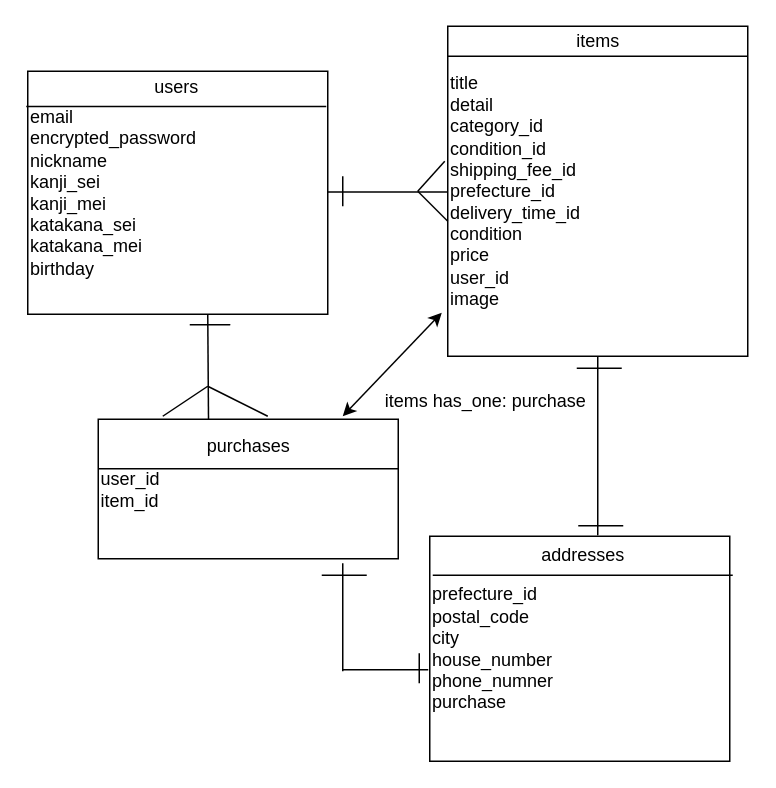
Rei-A-38/furima-33026 keeps this draw.io diagram as furima.dio. Above is the earlier version. Source tidied: cells renumbered, new cells numbered last; positions are measured from the earlier drawing's top-left corner, leaving out a move shared by most shapes. Both pictures are drawn from the tidied source at 150%, with x=0, y=0 at pixel (26, 26).
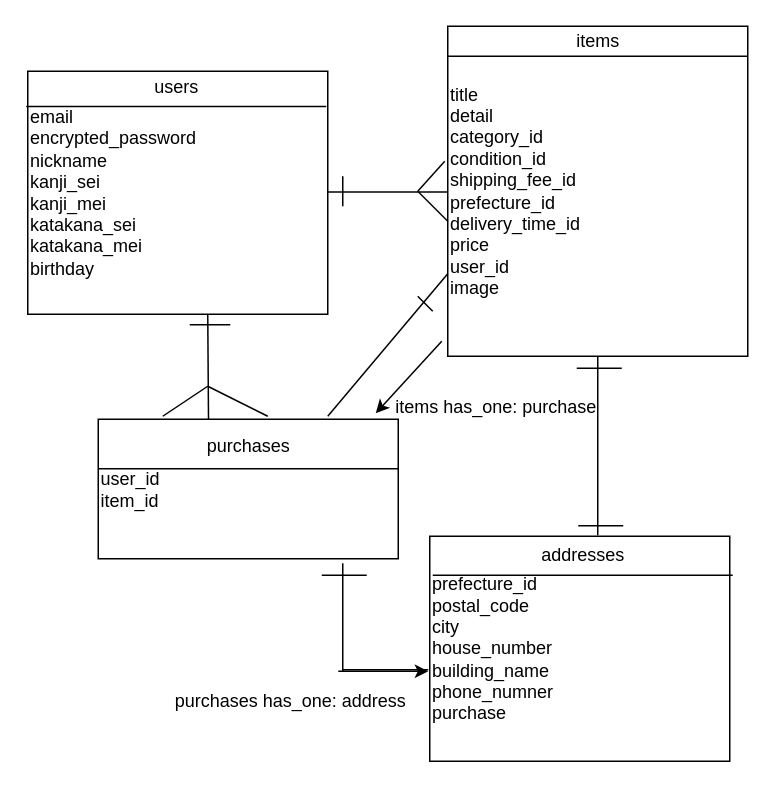
After the change.

What changed in the source:
```diff
@@
-    <mxCell id="3" value="title&lt;br&gt;detail&lt;br&gt;category_id&lt;br&gt;condition_id&lt;br&gt;shipping_fee_id&lt;br&gt;prefecture_id&lt;br&gt;delivery_time_id&lt;br&gt;condition&lt;br&gt;price&lt;br&gt;user_id&lt;br&gt;image" style="whiteSpace=wrap;html=1;fillColor=none;align=left;" parent="1" vertex="1">
+    <mxCell id="3" value="title&lt;br&gt;detail&lt;br&gt;category_id&lt;br&gt;condition_id&lt;br&gt;shipping_fee_id&lt;br&gt;prefecture_id&lt;br&gt;delivery_time_id&lt;br&gt;price&lt;br&gt;user_id&lt;br&gt;image" style="whiteSpace=wrap;html=1;fillColor=none;align=left;" parent="1" vertex="1">
       <mxGeometry x="281" width="200" height="220" as="geometry" />
     </mxCell>
@@
-    <mxCell id="5" value="prefecture_id&amp;nbsp;&lt;br&gt;postal_code&lt;br&gt;city&lt;br&gt;house_number&lt;br&gt;phone_numner&lt;br&gt;purchase" style="whiteSpace=wrap;html=1;fillColor=none;align=left;" parent="1" vertex="1">
+    <mxCell id="5" value="prefecture_id&amp;nbsp;&lt;br&gt;postal_code&lt;br&gt;city&lt;br&gt;house_number&lt;br&gt;building_name&lt;br&gt;phone_numner&lt;br&gt;purchase" style="whiteSpace=wrap;html=1;fillColor=none;align=left;" parent="1" vertex="1">
       <mxGeometry x="269" y="340" width="200" height="150" as="geometry" />
     </mxCell>
@@
-    <mxCell id="27" style="endArrow=classic;startArrow=classic;html=1;entryX=-0.02;entryY=0.868;entryDx=0;entryDy=0;entryPerimeter=0;" parent="1" edge="1" target="3">
-      <mxGeometry relative="1" as="geometry">
-        <mxPoint x="211" y="260" as="sourcePoint" />
-      </mxGeometry>
-    </mxCell>
     <mxCell id="28" value="items has_one: purchase" style="text;html=1;align=center;verticalAlign=middle;" parent="1" vertex="1">
-      <mxGeometry x="231" y="240" width="150" height="20" as="geometry" />
+      <mxGeometry x="238" y="244" width="150" height="20" as="geometry" />
     </mxCell>
-    <mxCell id="29" style="endArrow=none;html=1;" parent="1" edge="1">
-      <mxGeometry relative="1" as="geometry">
-        <mxPoint x="262" y="438" as="sourcePoint" />
-        <mxPoint x="262" y="418" as="targetPoint" />
-      </mxGeometry>
-    </mxCell>
@@
+    <mxCell id="31" style="endArrow=classic;html=1;" parent="1" edge="1">
+      <mxGeometry relative="1" as="geometry">
+        <mxPoint x="208" y="430" as="sourcePoint" />
+        <mxPoint x="268" y="430" as="targetPoint" />
+      </mxGeometry>
+    </mxCell>
+    <mxCell id="32" style="endArrow=classic;html=1;entryX=0.87;entryY=-0.043;entryDx=0;entryDy=0;entryPerimeter=0;" parent="1" edge="1">
+      <mxGeometry relative="1" as="geometry">
+        <mxPoint x="277" y="210" as="sourcePoint" />
+        <mxPoint x="233" y="258" as="targetPoint" />
+      </mxGeometry>
+    </mxCell>
+    <mxCell id="33" style="endArrow=none;html=1;entryX=0;entryY=0.75;entryDx=0;entryDy=0;" parent="1" edge="1" target="3">
+      <mxGeometry relative="1" as="geometry">
+        <mxPoint x="201" y="260" as="sourcePoint" />
+      </mxGeometry>
+    </mxCell>
+    <mxCell id="34" value="purchases has_one: address" style="text;html=1;align=center;verticalAlign=middle;" parent="1" vertex="1">
+      <mxGeometry x="91" y="440" width="170" height="20" as="geometry" />
+    </mxCell>
+    <mxCell id="35" style="endArrow=none;html=1;" parent="1" edge="1">
+      <mxGeometry relative="1" as="geometry">
+        <mxPoint x="271" y="190" as="sourcePoint" />
+        <mxPoint x="261" y="180" as="targetPoint" />
+      </mxGeometry>
+    </mxCell>
```
